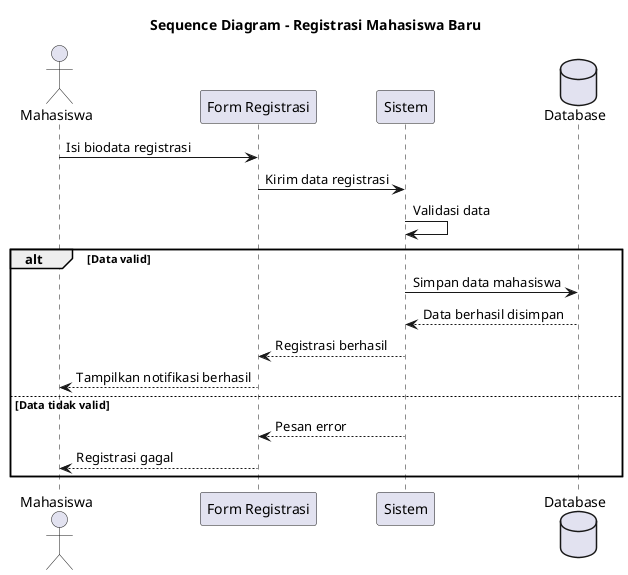
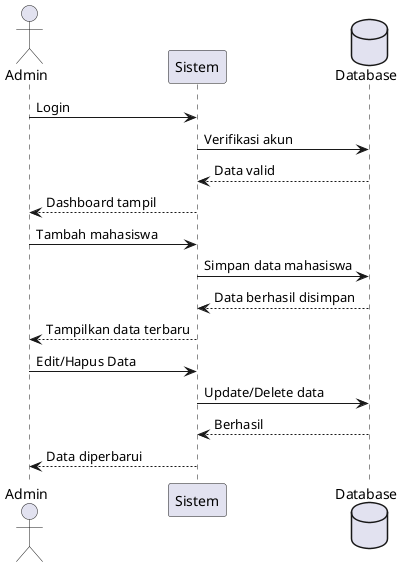
- @startuml Sequence_Diagram
- title Sequence Diagram - Registrasi Mahasiswa Baru
+ @startuml

- actor Mahasiswa
- participant "Form Registrasi" as Form
+ actor Admin
participant Sistem
database Database

- Mahasiswa -> Form : Isi biodata registrasi
- Form -> Sistem : Kirim data registrasi
+ Admin -> Sistem : Login
+ Sistem -> Database : Verifikasi akun
+ Database --> Sistem : Data valid
+ Sistem --> Admin : Dashboard tampil

- Sistem -> Sistem : Validasi data
+ Admin -> Sistem : Tambah mahasiswa

- alt Data valid
-     Sistem -> Database : Simpan data mahasiswa
-     Database --> Sistem : Data berhasil disimpan
-     Sistem --> Form : Registrasi berhasil
-     Form --> Mahasiswa : Tampilkan notifikasi berhasil
- else Data tidak valid
-     Sistem --> Form : Pesan error
-     Form --> Mahasiswa : Registrasi gagal
- end
+ Sistem -> Database : Simpan data mahasiswa
+ 
+ Database --> Sistem : Data berhasil disimpan
+ 
+ Sistem --> Admin : Tampilkan data terbaru
+ 
+ Admin -> Sistem : Edit/Hapus Data
+ 
+ Sistem -> Database : Update/Delete data
+ 
+ Database --> Sistem : Berhasil
+ 
+ Sistem --> Admin : Data diperbarui

@enduml